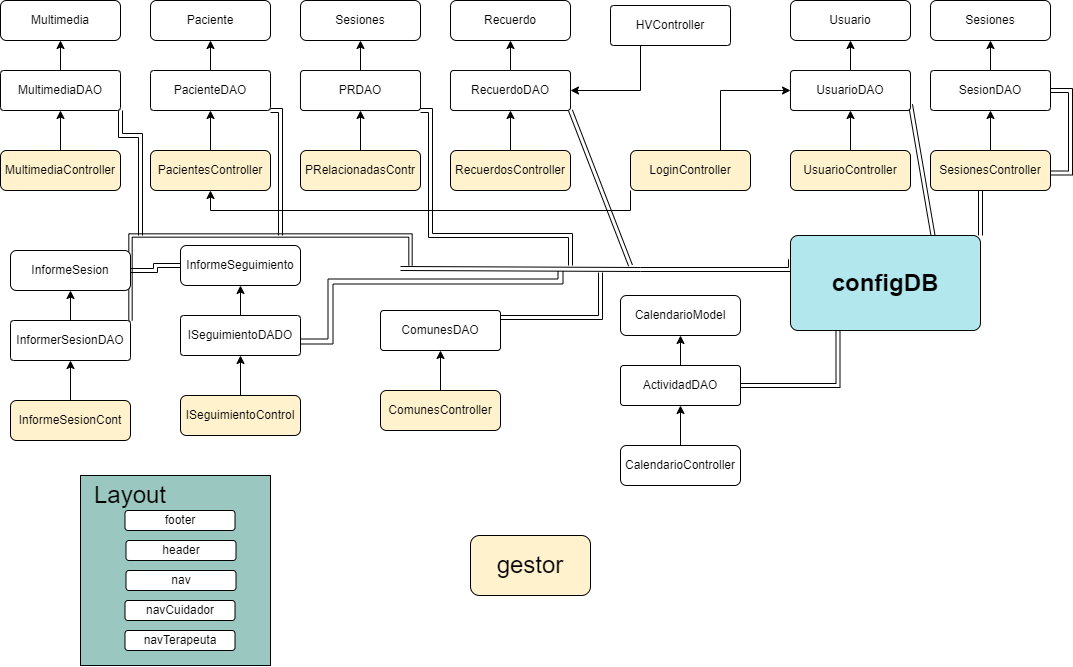
NILGroup/TFG-2122-Recuerdame keeps this draw.io diagram as Memoria/TFMTeXiS-Latin1/TFMTeXiS/Imagenes/Figuras/componentes.png. Above is the earlier version. Source tidied: cells renumbered, new cells last; positions are measured from the earlier drawing's top-left corner, leaving out a move shared by most shapes.
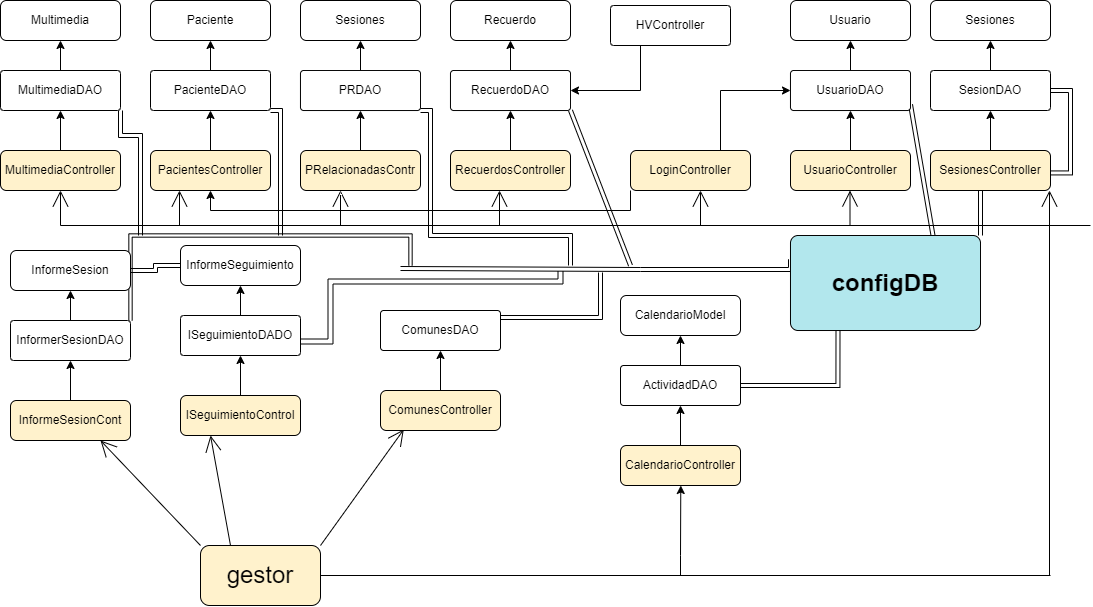
The same file after the commit.

Change to the diagram source:
```diff
@@ -2,9 +2,6 @@
   <root>
     <mxCell id="0" />
     <mxCell id="1" parent="0" />
-    <mxCell id="2" style="whiteSpace=wrap;html=1;fontSize=24;fillColor=#9AC7BF;" parent="1" vertex="1">
-      <mxGeometry x="80" y="475" width="190" height="190" as="geometry" />
-    </mxCell>
     <mxCell id="3" style="edgeStyle=orthogonalEdgeStyle;rounded=0;jettySize=auto;html=1;exitX=0.5;exitY=0;exitDx=0;exitDy=0;entryX=0.5;entryY=1;entryDx=0;entryDy=0;" parent="1" edge="1" source="5" target="8">
       <mxGeometry relative="1" as="geometry" />
     </mxCell>
@@ -229,24 +226,6 @@
     <mxCell id="62" value="&lt;b&gt;&lt;font style=&quot;font-size: 24px;&quot;&gt;configDB&lt;/font&gt;&lt;/b&gt;" style="rounded=1;whiteSpace=wrap;html=1;arcSize=8;fillColor=#B2E7ED;" parent="1" vertex="1">
       <mxGeometry x="790" y="235" width="190" height="95" as="geometry" />
     </mxCell>
-    <mxCell id="63" value="footer" style="rounded=1;whiteSpace=wrap;html=1;" parent="1" vertex="1">
-      <mxGeometry x="124.5" y="510" width="110" height="20" as="geometry" />
-    </mxCell>
-    <mxCell id="64" value="navTerapeuta" style="rounded=1;whiteSpace=wrap;html=1;" parent="1" vertex="1">
-      <mxGeometry x="124.5" y="630" width="110" height="20" as="geometry" />
-    </mxCell>
-    <mxCell id="65" value="header" style="rounded=1;whiteSpace=wrap;html=1;" parent="1" vertex="1">
-      <mxGeometry x="125.5" y="540" width="110" height="20" as="geometry" />
-    </mxCell>
-    <mxCell id="66" value="nav" style="rounded=1;whiteSpace=wrap;html=1;" parent="1" vertex="1">
-      <mxGeometry x="125.5" y="570" width="110" height="20" as="geometry" />
-    </mxCell>
-    <mxCell id="67" value="navCuidador" style="rounded=1;whiteSpace=wrap;html=1;" parent="1" vertex="1">
-      <mxGeometry x="124.5" y="600" width="110" height="20" as="geometry" />
-    </mxCell>
-    <mxCell id="68" value="Layout" style="text;html=1;strokeColor=none;fillColor=none;align=center;verticalAlign=middle;whiteSpace=wrap;rounded=0;fontSize=24;" parent="1" vertex="1">
-      <mxGeometry x="114.5" y="490" width="30" height="10" as="geometry" />
-    </mxCell>
     <mxCell id="69" style="edgeStyle=orthogonalEdgeStyle;rounded=0;jettySize=auto;html=1;exitX=0.5;exitY=0;exitDx=0;exitDy=0;entryX=0.5;entryY=1;entryDx=0;entryDy=0;" parent="1" edge="1" source="71" target="74">
       <mxGeometry relative="1" as="geometry" />
     </mxCell>
@@ -256,17 +235,90 @@
     <mxCell id="71" value="ActividadDAO" style="rounded=1;whiteSpace=wrap;html=1;arcSize=8;" parent="1" vertex="1">
       <mxGeometry x="620" y="365" width="120" height="40" as="geometry" />
     </mxCell>
-    <mxCell id="72" style="edgeStyle=orthogonalEdgeStyle;rounded=0;jettySize=auto;html=1;" parent="1" edge="1" source="73" target="71">
-      <mxGeometry relative="1" as="geometry" />
+    <mxCell id="72" style="edgeStyle=orthogonalEdgeStyle;rounded=0;jettySize=auto;html=1;" parent="1" edge="1" target="71">
+      <mxGeometry relative="1" as="geometry">
+        <mxPoint x="680" y="445" as="sourcePoint" />
+      </mxGeometry>
     </mxCell>
+    <mxCell id="74" value="CalendarioModel" style="rounded=1;whiteSpace=wrap;html=1;" parent="1" vertex="1">
+      <mxGeometry x="620" y="295" width="120" height="40" as="geometry" />
+    </mxCell>
+    <mxCell id="76" style="edgeStyle=none;curved=1;rounded=0;jettySize=auto;html=1;exitX=0;exitY=0;exitDx=0;exitDy=0;entryX=0.75;entryY=1;entryDx=0;entryDy=0;endArrow=open;startSize=14;endSize=14;sourcePerimeterSpacing=8;targetPerimeterSpacing=8;" parent="1" edge="1" source="75" target="43">
+      <mxGeometry relative="1" as="geometry" />
+    </mxCell>
+    <mxCell id="77" style="edgeStyle=none;curved=1;rounded=0;jettySize=auto;html=1;exitX=0.25;exitY=0;exitDx=0;exitDy=0;entryX=0.25;entryY=1;entryDx=0;entryDy=0;endArrow=open;startSize=14;endSize=14;sourcePerimeterSpacing=8;targetPerimeterSpacing=8;" parent="1" edge="1" source="75" target="49">
+      <mxGeometry relative="1" as="geometry" />
+    </mxCell>
+    <mxCell id="78" style="edgeStyle=none;curved=1;rounded=0;jettySize=auto;html=1;exitX=1;exitY=0;exitDx=0;exitDy=0;entryX=0.194;entryY=0.975;entryDx=0;entryDy=0;entryPerimeter=0;endArrow=open;startSize=14;endSize=14;sourcePerimeterSpacing=8;targetPerimeterSpacing=8;" parent="1" edge="1" source="75" target="60">
+      <mxGeometry relative="1" as="geometry" />
+    </mxCell>
+    <mxCell id="75" value="gestor" style="rounded=1;whiteSpace=wrap;html=1;fontSize=24;fillColor=#FFF2CC;" parent="1" vertex="1">
+      <mxGeometry x="200" y="545" width="120" height="60" as="geometry" />
+    </mxCell>
+    <mxCell id="79" style="endArrow=none;html=1;rounded=0;startSize=14;endSize=14;sourcePerimeterSpacing=8;targetPerimeterSpacing=8;curved=1;" parent="1" edge="1">
+      <mxGeometry relative="1" as="geometry">
+        <mxPoint x="60" y="225" as="sourcePoint" />
+        <mxPoint x="1090" y="225" as="targetPoint" />
+      </mxGeometry>
+    </mxCell>
+    <mxCell id="80" style="edgeStyle=none;jettySize=auto;html=1;rounded=0;endArrow=open;startSize=14;endSize=14;sourcePerimeterSpacing=8;targetPerimeterSpacing=8;curved=1;entryX=0.5;entryY=1;entryDx=0;entryDy=0;" parent="1" edge="1" target="37">
+      <mxGeometry relative="1" as="geometry">
+        <mxPoint x="60" y="225" as="sourcePoint" />
+      </mxGeometry>
+    </mxCell>
+    <mxCell id="81" style="edgeStyle=none;orthogonalLoop=1;jettySize=auto;html=1;rounded=0;endArrow=open;startSize=14;endSize=14;sourcePerimeterSpacing=8;targetPerimeterSpacing=8;curved=1;entryX=0.5;entryY=1;entryDx=0;entryDy=0;" parent="1" edge="1">
+      <mxGeometry relative="1" as="geometry">
+        <mxPoint x="179" y="225" as="sourcePoint" />
+        <mxPoint x="179" y="190" as="targetPoint" />
+      </mxGeometry>
+    </mxCell>
+    <mxCell id="82" style="edgeStyle=none;orthogonalLoop=1;jettySize=auto;html=1;rounded=0;endArrow=open;startSize=14;endSize=14;sourcePerimeterSpacing=8;targetPerimeterSpacing=8;curved=1;entryX=0.5;entryY=1;entryDx=0;entryDy=0;" parent="1" edge="1">
+      <mxGeometry relative="1" as="geometry">
+        <mxPoint x="700" y="225" as="sourcePoint" />
+        <mxPoint x="700" y="190" as="targetPoint" />
+      </mxGeometry>
+    </mxCell>
+    <mxCell id="83" style="edgeStyle=none;orthogonalLoop=1;jettySize=auto;html=1;rounded=0;endArrow=open;startSize=14;endSize=14;sourcePerimeterSpacing=8;targetPerimeterSpacing=8;curved=1;entryX=0.5;entryY=1;entryDx=0;entryDy=0;" parent="1" edge="1">
+      <mxGeometry relative="1" as="geometry">
+        <mxPoint x="499" y="225" as="sourcePoint" />
+        <mxPoint x="499" y="190" as="targetPoint" />
+      </mxGeometry>
+    </mxCell>
+    <mxCell id="84" style="edgeStyle=none;orthogonalLoop=1;jettySize=auto;html=1;rounded=0;endArrow=open;startSize=14;endSize=14;sourcePerimeterSpacing=8;targetPerimeterSpacing=8;curved=1;entryX=0.5;entryY=1;entryDx=0;entryDy=0;" parent="1" edge="1">
+      <mxGeometry relative="1" as="geometry">
+        <mxPoint x="340" y="225" as="sourcePoint" />
+        <mxPoint x="340" y="190" as="targetPoint" />
+      </mxGeometry>
+    </mxCell>
+    <mxCell id="85" style="edgeStyle=none;orthogonalLoop=1;jettySize=auto;html=1;rounded=0;endArrow=open;startSize=14;endSize=14;sourcePerimeterSpacing=8;targetPerimeterSpacing=8;curved=1;entryX=0.5;entryY=1;entryDx=0;entryDy=0;" parent="1" edge="1">
+      <mxGeometry relative="1" as="geometry">
+        <mxPoint x="849.5" y="225" as="sourcePoint" />
+        <mxPoint x="849.5" y="190" as="targetPoint" />
+      </mxGeometry>
+    </mxCell>
+    <mxCell id="86" style="endArrow=none;html=1;rounded=0;startSize=14;endSize=14;sourcePerimeterSpacing=8;targetPerimeterSpacing=8;curved=1;exitX=1;exitY=0.5;exitDx=0;exitDy=0;" parent="1" edge="1" source="75">
+      <mxGeometry relative="1" as="geometry">
+        <mxPoint x="1050" y="575" as="targetPoint" />
+      </mxGeometry>
+    </mxCell>
+    <mxCell id="87" style="edgeStyle=none;orthogonalLoop=1;jettySize=auto;html=1;rounded=0;endArrow=open;startSize=14;endSize=14;sourcePerimeterSpacing=8;targetPerimeterSpacing=8;curved=1;entryX=0.5;entryY=1;entryDx=0;entryDy=0;" parent="1" edge="1">
+      <mxGeometry relative="1" as="geometry">
+        <mxPoint x="1049" y="575" as="sourcePoint" />
+        <mxPoint x="1049" y="190" as="targetPoint" />
+      </mxGeometry>
+    </mxCell>
-    <mxCell id="73" value="CalendarioController" style="rounded=1;whiteSpace=wrap;html=1;" parent="1" vertex="1">
+    <mxCell id="73" value="CalendarioController" style="rounded=1;whiteSpace=wrap;html=1;fillColor=#FFF2CC;" parent="1" vertex="1">
       <mxGeometry x="620" y="445" width="120" height="40" as="geometry" />
     </mxCell>
-    <mxCell id="74" value="CalendarioModel" style="rounded=1;whiteSpace=wrap;html=1;" parent="1" vertex="1">
-      <mxGeometry x="620" y="295" width="120" height="40" as="geometry" />
-    </mxCell>
-    <mxCell id="75" value="gestor" style="rounded=1;whiteSpace=wrap;html=1;fontSize=24;fillColor=#FFF2CC;" parent="1" vertex="1">
-      <mxGeometry x="470" y="535" width="120" height="60" as="geometry" />
-    </mxCell>
+    <mxCell id="88" style="edgeStyle=orthogonalEdgeStyle;rounded=0;orthogonalLoop=1;jettySize=auto;html=1;entryX=0.5;entryY=1;entryDx=0;entryDy=0;" parent="1" edge="1">
+      <mxGeometry relative="1" as="geometry">
+        <mxPoint x="680" y="575" as="sourcePoint" />
+        <mxPoint x="680.3" y="485" as="targetPoint" />
+        <Array as="points">
+          <mxPoint x="680" y="555" />
+          <mxPoint x="680" y="555" />
+        </Array>
+      </mxGeometry>
+    </mxCell>
   </root>
 </mxGraphModel>
```
